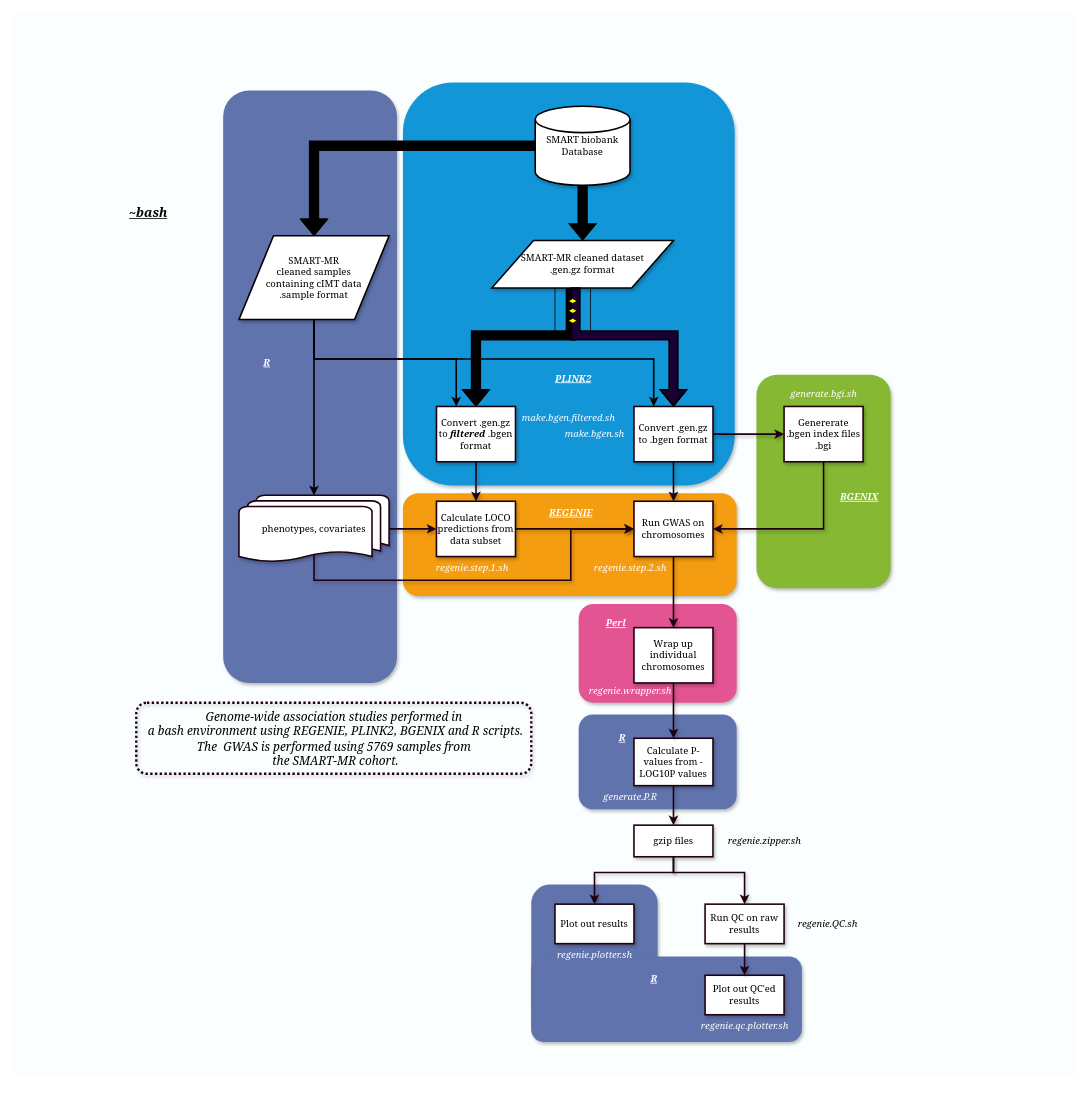
This is REGENIE_SMART.drawio from xEmz/xEmz, a draw.io file, before an edit. Source tidied: cells renumbered, new cells numbered last; positions are measured from the earlier drawing's top-left corner, leaving out a move shared by most shapes. Both pictures are drawn from the tidied source at 79%, with x=0, y=0 at pixel (13, 13).
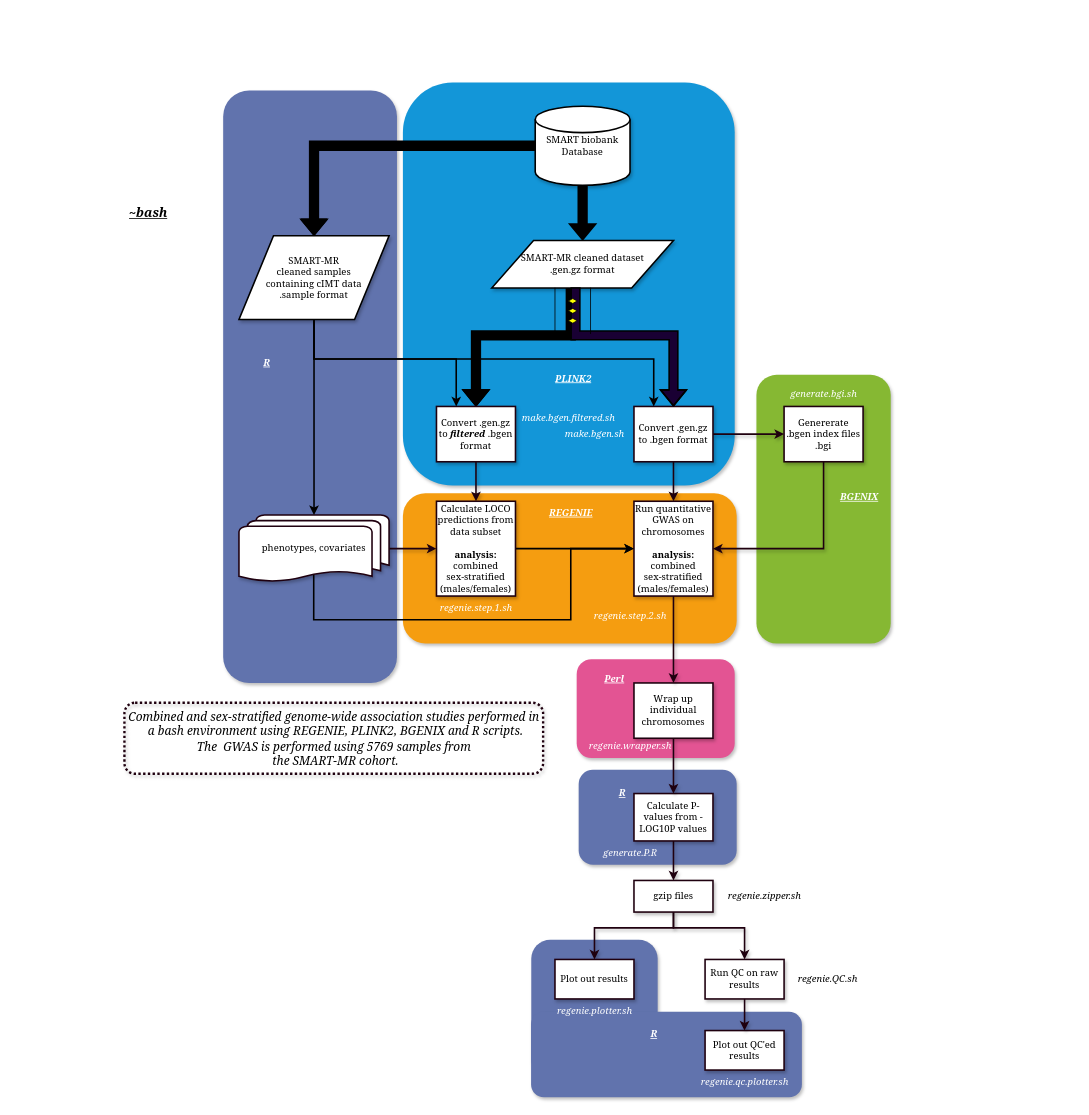
The same diagram, later.

Unchanged cells that the change refers to:
```xml
<mxCell id="18" value="Genererate .bgen index files .bgi" style="whiteSpace=wrap;html=1;absoluteArcSize=1;arcSize=14;strokeWidth=2;fillColor=#FFFFFF;fontFamily=Georgia;strokeColor=#1F000F;sketch=0;shadow=1;" parent="1" vertex="1">
  <mxGeometry x="975" y="498" width="100" height="70" as="geometry" />
</mxCell>
```

Change to the diagram source:
```diff
@@
-    <mxCell id="2" style="whiteSpace=wrap;html=1;strokeWidth=20;fontFamily=Georgia;fontColor=#000000;fillColor=#FAFEFF;strokeColor=none;sketch=0;" parent="1" vertex="1">
-      <mxGeometry y="0.5" width="1345" height="1345" as="geometry" />
-    </mxCell>
     <mxCell id="3" style="whiteSpace=wrap;html=1;fontFamily=Georgia;fontColor=none;fillColor=#6173AD;strokeColor=none;sketch=0;glass=0;shadow=1;rounded=1;" parent="1" vertex="1">
-      <mxGeometry x="655" y="1103" width="160" height="175" as="geometry" />
+      <mxGeometry x="655" y="1173" width="160" height="175" as="geometry" />
     </mxCell>
     <mxCell id="4" style="whiteSpace=wrap;html=1;fontFamily=Georgia;fontColor=none;fillColor=#6173AD;strokeColor=none;sketch=0;glass=0;shadow=1;rounded=1;" parent="1" vertex="1">
-      <mxGeometry x="715" y="888" width="200" height="120" as="geometry" />
+      <mxGeometry x="715" y="958" width="200" height="120" as="geometry" />
     </mxCell>
     <mxCell id="5" style="whiteSpace=wrap;html=1;fontFamily=Georgia;fontColor=#000000;fillColor=#F59D10;strokeColor=none;sketch=0;glass=0;shadow=1;rounded=1;" parent="1" vertex="1">
-      <mxGeometry x="492.5" y="608" width="422.5" height="130" as="geometry" />
+      <mxGeometry x="492.5" y="608" width="422.5" height="190" as="geometry" />
     </mxCell>
     <mxCell id="6" style="whiteSpace=wrap;html=1;fontFamily=Georgia;fontColor=#000000;fillColor=#86B833;strokeColor=none;sketch=0;rounded=1;glass=0;shadow=1;" parent="1" vertex="1">
-      <mxGeometry x="940" y="458" width="170" height="270" as="geometry" />
+      <mxGeometry x="940" y="458" width="170" height="340" as="geometry" />
     </mxCell>
@@
     <mxCell id="17" style="edgeStyle=orthogonalEdgeStyle;jettySize=auto;html=1;entryX=1;entryY=0.5;entryDx=0;entryDy=0;strokeColor=#1F000F;strokeWidth=2;fillColor=#000000;fontFamily=Georgia;rounded=0;sketch=0;shadow=1;" parent="1" edge="1" source="18" target="21">
       <mxGeometry relative="1" as="geometry">
         <Array as="points">
-          <mxPoint x="1025" y="653" />
+          <mxPoint x="1025" y="678" />
         </Array>
       </mxGeometry>
     </mxCell>
@@
-    <mxCell id="19" style="edgeStyle=orthogonalEdgeStyle;jettySize=auto;html=1;entryX=0;entryY=0.5;entryDx=0;entryDy=0;strokeColor=#1F000F;strokeWidth=2;fillColor=#000000;fontFamily=Georgia;rounded=0;sketch=0;shadow=1;" parent="1" edge="1" source="20" target="21">
-      <mxGeometry relative="1" as="geometry" />
+    <mxCell id="19" style="edgeStyle=orthogonalEdgeStyle;rounded=0;jettySize=auto;html=1;fontFamily=Georgia;fontColor=#000000;strokeWidth=2;fillColor=#000000;" parent="1" edge="1" source="20" target="21">
+      <mxGeometry relative="1" as="geometry">
+        <Array as="points">
+          <mxPoint x="755" y="678" />
+          <mxPoint x="755" y="678" />
+        </Array>
+      </mxGeometry>
     </mxCell>
-    <mxCell id="20" value="Calculate LOCO predictions from data subset" style="whiteSpace=wrap;html=1;absoluteArcSize=1;arcSize=14;strokeWidth=2;fillColor=#FFFFFF;fontFamily=Georgia;strokeColor=#1F000F;sketch=0;shadow=1;" parent="1" vertex="1">
-      <mxGeometry x="535" y="618" width="100" height="70" as="geometry" />
+    <mxCell id="20" value="Calculate LOCO predictions from data subset&lt;br&gt;&lt;br&gt;&lt;b&gt;analysis:&lt;br&gt;&lt;/b&gt;combined&lt;br&gt;sex-stratified (males/females)" style="whiteSpace=wrap;html=1;absoluteArcSize=1;arcSize=14;strokeWidth=2;fillColor=#FFFFFF;fontFamily=Georgia;strokeColor=#1F000F;sketch=0;shadow=1;" parent="1" vertex="1">
+      <mxGeometry x="535" y="618" width="100" height="120" as="geometry" />
     </mxCell>
-    <mxCell id="21" value="Run GWAS on chromosomes" style="whiteSpace=wrap;html=1;absoluteArcSize=1;arcSize=14;strokeWidth=2;fillColor=#FFFFFF;fontFamily=Georgia;strokeColor=#1F000F;sketch=0;shadow=1;" parent="1" vertex="1">
-      <mxGeometry x="785" y="618" width="100" height="70" as="geometry" />
+    <mxCell id="21" value="Run quantitative GWAS on chromosomes&lt;br&gt;&lt;br&gt;&lt;b&gt;analysis:&lt;br&gt;&lt;/b&gt;combined&lt;br&gt;sex-stratified (males/females)" style="whiteSpace=wrap;html=1;absoluteArcSize=1;arcSize=14;strokeWidth=2;fillColor=#FFFFFF;fontFamily=Georgia;strokeColor=#1F000F;sketch=0;shadow=1;" parent="1" vertex="1">
+      <mxGeometry x="785" y="618" width="100" height="120" as="geometry" />
     </mxCell>
@@
     <mxCell id="23" value="Calculate P-values from -LOG10P values" style="whiteSpace=wrap;html=1;absoluteArcSize=1;arcSize=14;strokeWidth=2;fillColor=#FFFFFF;fontFamily=Georgia;strokeColor=#1F000F;sketch=0;shadow=1;" parent="1" vertex="1">
-      <mxGeometry x="785" y="918" width="100" height="60" as="geometry" />
+      <mxGeometry x="785" y="988" width="100" height="60" as="geometry" />
     </mxCell>
@@
-    <mxCell id="25" style="edgeStyle=orthogonalEdgeStyle;jettySize=auto;html=1;entryX=0;entryY=0.5;entryDx=0;entryDy=0;strokeColor=#1F000F;strokeWidth=2;fontFamily=Georgia;fontColor=#000000;fillColor=#000000;exitX=0.5;exitY=0.771;exitDx=0;exitDy=0;exitPerimeter=0;rounded=0;sketch=0;shadow=1;" parent="1" edge="1" source="26" target="21">
+    <mxCell id="25" style="edgeStyle=orthogonalEdgeStyle;rounded=0;jettySize=auto;html=1;exitX=0.498;exitY=0.796;exitDx=0;exitDy=0;exitPerimeter=0;fontFamily=Georgia;fontColor=#000000;strokeWidth=2;fillColor=#000000;" parent="1" edge="1" source="26" target="21">
       <mxGeometry relative="1" as="geometry">
         <Array as="points">
-          <mxPoint x="380" y="718" />
-          <mxPoint x="705" y="718" />
-          <mxPoint x="705" y="653" />
+          <mxPoint x="380" y="768" />
+          <mxPoint x="705" y="768" />
+          <mxPoint x="705" y="678" />
         </Array>
       </mxGeometry>
     </mxCell>
     <mxCell id="26" value="phenotypes, covariates" style="strokeWidth=2;html=1;shape=mxgraph.flowchart.multi-document;whiteSpace=wrap;fillColor=#FFFFFF;fontFamily=Georgia;strokeColor=#1F000F;sketch=0;shadow=1;" parent="1" vertex="1">
-      <mxGeometry x="285" y="610.5" width="190" height="85" as="geometry" />
+      <mxGeometry x="285" y="635.5" width="190" height="85" as="geometry" />
     </mxCell>
     <mxCell id="27" style="edgeStyle=orthogonalEdgeStyle;jettySize=auto;html=1;strokeColor=#1F000F;strokeWidth=2;fillColor=#000000;fontFamily=Georgia;entryX=0.5;entryY=0;entryDx=0;entryDy=0;rounded=0;sketch=0;shadow=1;" parent="1" edge="1" source="29" target="30">
       <mxGeometry relative="1" as="geometry">
         <Array as="points">
-          <mxPoint x="835" y="1088" />
-          <mxPoint x="735" y="1088" />
+          <mxPoint x="835" y="1158" />
+          <mxPoint x="735" y="1158" />
         </Array>
       </mxGeometry>
     </mxCell>
     <mxCell id="28" style="edgeStyle=orthogonalEdgeStyle;jettySize=auto;html=1;entryX=0.5;entryY=0;entryDx=0;entryDy=0;strokeColor=#1F000F;strokeWidth=2;fillColor=#000000;exitX=0.5;exitY=1;exitDx=0;exitDy=0;fontFamily=Georgia;rounded=0;sketch=0;shadow=1;" parent="1" edge="1" source="29" target="31">
       <mxGeometry relative="1" as="geometry">
         <Array as="points">
-          <mxPoint x="835" y="1088" />
-          <mxPoint x="925" y="1088" />
+          <mxPoint x="835" y="1158" />
+          <mxPoint x="925" y="1158" />
         </Array>
       </mxGeometry>
     </mxCell>
     <mxCell id="29" value="gzip files" style="whiteSpace=wrap;html=1;absoluteArcSize=1;arcSize=14;strokeWidth=2;fillColor=#FFFFFF;fontFamily=Georgia;strokeColor=#1F000F;sketch=0;shadow=1;" parent="1" vertex="1">
-      <mxGeometry x="785" y="1028" width="100" height="40" as="geometry" />
+      <mxGeometry x="785" y="1098" width="100" height="40" as="geometry" />
     </mxCell>
     <mxCell id="30" value="Plot out results" style="whiteSpace=wrap;html=1;absoluteArcSize=1;arcSize=14;strokeWidth=2;fillColor=#FFFFFF;fontFamily=Georgia;strokeColor=#1F000F;sketch=0;shadow=1;" parent="1" vertex="1">
-      <mxGeometry x="685" y="1128" width="100" height="50" as="geometry" />
+      <mxGeometry x="685" y="1198" width="100" height="50" as="geometry" />
     </mxCell>
     <mxCell id="31" value="Run QC on raw results" style="whiteSpace=wrap;html=1;absoluteArcSize=1;arcSize=14;strokeWidth=2;fillColor=#FFFFFF;fontFamily=Georgia;strokeColor=#1F000F;sketch=0;shadow=1;" parent="1" vertex="1">
-      <mxGeometry x="875" y="1128" width="100" height="50" as="geometry" />
+      <mxGeometry x="875" y="1198" width="100" height="50" as="geometry" />
     </mxCell>
@@
     <mxCell id="38" style="whiteSpace=wrap;html=1;fontFamily=Georgia;fontColor=none;fillColor=#6173AD;strokeColor=none;rotation=90;sketch=0;glass=0;shadow=1;rounded=1;" parent="1" vertex="1">
-      <mxGeometry x="772.1" y="1076.9" width="108.1" height="342.8" as="geometry" />
+      <mxGeometry x="772.1" y="1146.9" width="108.1" height="342.8" as="geometry" />
     </mxCell>
     <mxCell id="39" value="Plot out QC'ed results" style="whiteSpace=wrap;html=1;absoluteArcSize=1;arcSize=14;strokeWidth=2;fillColor=#FFFFFF;fontFamily=Georgia;strokeColor=#1F000F;sketch=0;shadow=1;" parent="1" vertex="1">
-      <mxGeometry x="875" y="1218" width="100" height="50" as="geometry" />
+      <mxGeometry x="875" y="1288" width="100" height="50" as="geometry" />
     </mxCell>
@@
-    <mxCell id="41" value="&lt;font style=&quot;font-size: 15px;&quot;&gt;&lt;i&gt;Genome-wide association studies performed in&lt;br&gt;&lt;font style=&quot;font-size: 15px;&quot;&gt;&amp;nbsp;a bash environment using REGENIE, PLINK2, BGENIX and R scripts. &lt;br&gt;&lt;/font&gt;The&amp;nbsp; GWAS is performed using 5769 samples from&lt;br&gt;&amp;nbsp;the SMART-MR cohort.&lt;/i&gt;&lt;/font&gt;" style="text;html=1;align=center;verticalAlign=middle;strokeColor=#1F000F;fillColor=none;fontFamily=Georgia;dashed=1;dashPattern=1 1;sketch=0;strokeWidth=3;rounded=1;shadow=1;" parent="1" vertex="1">
-      <mxGeometry x="155" y="873" width="500" height="90" as="geometry" />
+    <mxCell id="41" value="&lt;font style=&quot;font-size: 15px;&quot;&gt;&lt;i&gt;Combined and sex-stratified genome-wide association studies performed in&lt;br&gt;&lt;font style=&quot;font-size: 15px;&quot;&gt;&amp;nbsp;a bash environment using REGENIE, PLINK2, BGENIX and R scripts. &lt;br&gt;&lt;/font&gt;The&amp;nbsp; GWAS is performed using 5769 samples from&lt;br&gt;&amp;nbsp;the SMART-MR cohort.&lt;/i&gt;&lt;/font&gt;" style="text;html=1;align=center;verticalAlign=middle;strokeColor=#1F000F;fillColor=none;fontFamily=Georgia;dashed=1;dashPattern=1 1;sketch=0;strokeWidth=3;rounded=1;shadow=1;" parent="1" vertex="1">
+      <mxGeometry x="140" y="873" width="530" height="90" as="geometry" />
     </mxCell>
@@
     <mxCell id="45" value="regenie.step.1.sh" style="text;html=1;align=center;verticalAlign=middle;strokeColor=none;fillColor=none;fontFamily=Georgia;sketch=0;shadow=1;fontStyle=2;fontColor=#FFFFFF;" parent="1" vertex="1">
-      <mxGeometry x="525" y="688" width="110" height="30" as="geometry" />
+      <mxGeometry x="530" y="738" width="110" height="30" as="geometry" />
     </mxCell>
     <mxCell id="46" value="regenie.step.2.sh" style="text;html=1;align=center;verticalAlign=middle;strokeColor=none;fillColor=none;fontFamily=Georgia;sketch=0;shadow=1;fontStyle=2;fontColor=#FFFFFF;" parent="1" vertex="1">
-      <mxGeometry x="725" y="688" width="110" height="30" as="geometry" />
+      <mxGeometry x="725" y="748" width="110" height="30" as="geometry" />
     </mxCell>
     <mxCell id="47" style="rounded=1;whiteSpace=wrap;html=1;strokeColor=none;fontFamily=Georgia;fillColor=#E35493;sketch=0;glass=0;shadow=1;" parent="1" vertex="1">
-      <mxGeometry x="715" y="748" width="200" height="125" as="geometry" />
+      <mxGeometry x="712.5" y="818" width="200" height="125" as="geometry" />
     </mxCell>
     <mxCell id="48" value="Wrap up individual chromosomes" style="whiteSpace=wrap;html=1;absoluteArcSize=1;arcSize=14;strokeWidth=2;fillColor=#FFFFFF;fontFamily=Georgia;strokeColor=#1F000F;sketch=0;shadow=1;" parent="1" vertex="1">
-      <mxGeometry x="785" y="778" width="100" height="70" as="geometry" />
+      <mxGeometry x="785" y="848" width="100" height="70" as="geometry" />
     </mxCell>
     <mxCell id="49" value="&lt;b&gt;&lt;i&gt;&lt;u&gt;Perl&lt;/u&gt;&lt;/i&gt;&lt;/b&gt;" style="text;html=1;align=center;verticalAlign=middle;strokeColor=none;fillColor=none;fontFamily=Georgia;sketch=0;shadow=1;fontColor=#FFFFFF;" parent="1" vertex="1">
-      <mxGeometry x="736.8" y="758" width="50" height="30" as="geometry" />
+      <mxGeometry x="735" y="828" width="50" height="30" as="geometry" />
     </mxCell>
@@
     <mxCell id="52" value="&lt;i&gt;regenie.wrapper.sh&lt;/i&gt;" style="text;html=1;align=center;verticalAlign=middle;strokeColor=none;fillColor=none;fontColor=#FFFFFF;fontFamily=Georgia;" parent="1" vertex="1">
-      <mxGeometry x="715" y="843" width="130" height="30" as="geometry" />
+      <mxGeometry x="715" y="913" width="130" height="30" as="geometry" />
     </mxCell>
     <mxCell id="53" value="&lt;i&gt;generate.P.R&lt;/i&gt;" style="text;html=1;align=center;verticalAlign=middle;strokeColor=none;fillColor=none;fontColor=#FFFFFF;fontFamily=Georgia;" parent="1" vertex="1">
-      <mxGeometry x="735" y="978" width="90" height="30" as="geometry" />
+      <mxGeometry x="735" y="1048" width="90" height="30" as="geometry" />
     </mxCell>
     <mxCell id="54" value="&lt;i&gt;regenie.plotter.sh&lt;/i&gt;" style="text;html=1;align=center;verticalAlign=middle;strokeColor=none;fillColor=none;fontColor=#FFFFFF;fontFamily=Georgia;" parent="1" vertex="1">
-      <mxGeometry x="675" y="1178" width="120" height="30" as="geometry" />
+      <mxGeometry x="675" y="1248" width="120" height="30" as="geometry" />
     </mxCell>
     <mxCell id="55" value="&lt;i&gt;regenie.QC.sh&lt;/i&gt;" style="text;html=1;align=center;verticalAlign=middle;strokeColor=none;fillColor=none;fontFamily=Georgia;" parent="1" vertex="1">
-      <mxGeometry x="980" y="1138" width="100" height="30" as="geometry" />
+      <mxGeometry x="980" y="1208" width="100" height="30" as="geometry" />
     </mxCell>
     <mxCell id="56" value="&lt;i&gt;regenie.qc.plotter.sh&lt;/i&gt;" style="text;html=1;align=center;verticalAlign=middle;strokeColor=none;fillColor=none;fontColor=#FFFFFF;fontFamily=Georgia;" parent="1" vertex="1">
-      <mxGeometry x="860" y="1268" width="130" height="30" as="geometry" />
+      <mxGeometry x="860" y="1338" width="130" height="30" as="geometry" />
     </mxCell>
     <mxCell id="57" value="&lt;i&gt;&lt;u&gt;&lt;b&gt;R&lt;/b&gt;&lt;/u&gt;&lt;/i&gt;" style="text;html=1;align=center;verticalAlign=middle;strokeColor=none;fillColor=none;rounded=1;shadow=1;glass=0;fontColor=#FFFFFF;fontFamily=Georgia;" parent="1" vertex="1">
-      <mxGeometry x="755" y="903" width="30" height="30" as="geometry" />
+      <mxGeometry x="755" y="973" width="30" height="30" as="geometry" />
     </mxCell>
     <mxCell id="58" value="&lt;i&gt;&lt;u&gt;&lt;b&gt;R&lt;/b&gt;&lt;/u&gt;&lt;/i&gt;" style="text;html=1;align=center;verticalAlign=middle;strokeColor=none;fillColor=none;rounded=1;shadow=1;glass=0;fontColor=#FFFFFF;fontFamily=Georgia;" parent="1" vertex="1">
-      <mxGeometry x="795" y="1208" width="30" height="30" as="geometry" />
+      <mxGeometry x="795" y="1278" width="30" height="30" as="geometry" />
     </mxCell>
@@
     <mxCell id="65" value="&lt;i&gt;regenie.zipper.sh&lt;/i&gt;" style="text;html=1;align=center;verticalAlign=middle;strokeColor=none;fillColor=none;fontFamily=Georgia;" parent="1" vertex="1">
-      <mxGeometry x="890" y="1033" width="120" height="30" as="geometry" />
+      <mxGeometry x="890" y="1103" width="120" height="30" as="geometry" />
     </mxCell>
```
